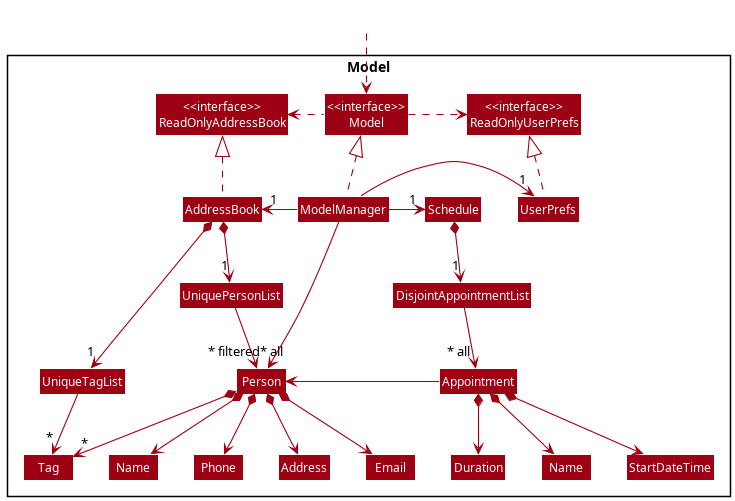
Above: docs/images/ModelClassDiagram.png in nus-cs2103-AY2122S2/tp (PlantUML), before the change.
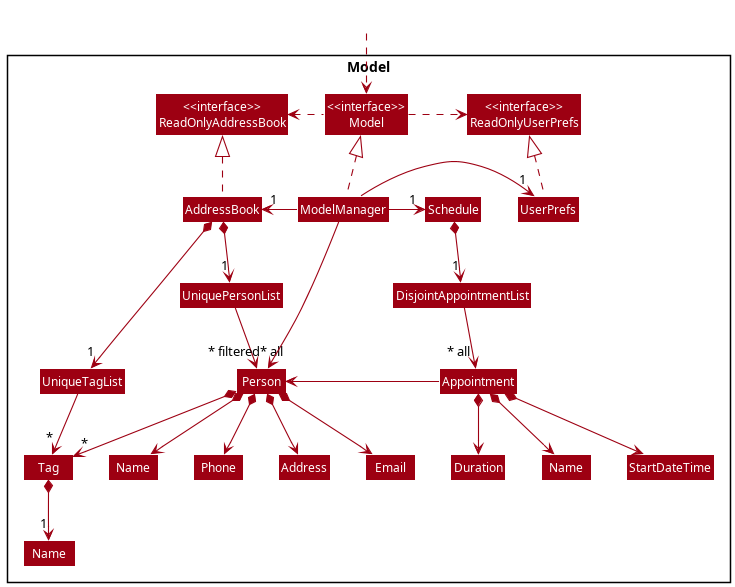
After the commit.

Commit message:
Add model class diagram

What changed in the source:
```diff
@@ -20,6 +20,7 @@
 Class Name
 Class Phone
 Class Tag
+Class "  Name  "
 
 Class DisjointAppointmentList
 Class Appointment
@@ -52,6 +53,7 @@
 Person *--> Email
 Person *--> Address
 Person *--> "*" Tag
+Tag *--> "1" "  Name  "
 
 Schedule *--> "1" DisjointAppointmentList
 DisjointAppointmentList --> "~* all" Appointment
```
